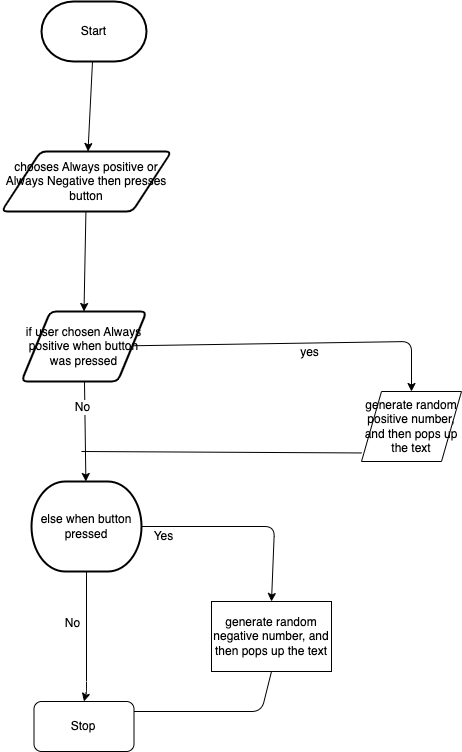
Allen-Li-hub/ICS2O-Unit-5-02-HTML keeps this draw.io diagram as design/flow-chart.png. Above is the earlier version. Source tidied: cells renumbered, new cells last; positions are measured from the earlier drawing's top-left corner, leaving out a move shared by most shapes.
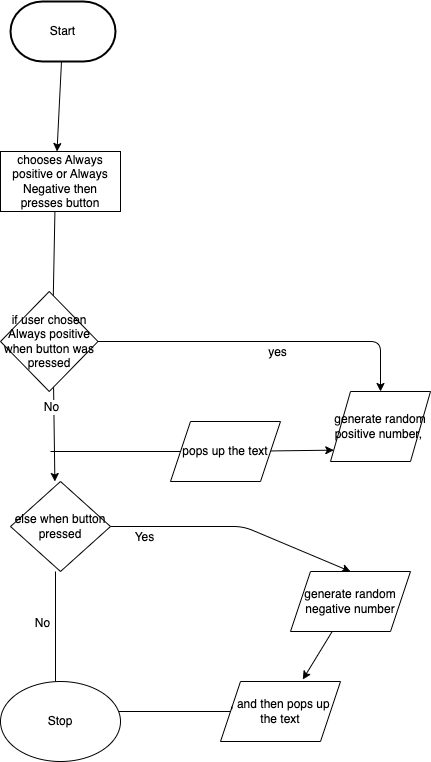
After the commit.

Change to the diagram source:
```diff
@@ -2,25 +2,30 @@
   <root>
     <mxCell id="0" />
     <mxCell id="1" parent="0" />
-    <mxCell id="2" style="edgeStyle=none;html=1;" parent="1" edge="1" source="3" target="5">
-      <mxGeometry relative="1" as="geometry" />
+    <mxCell id="2" style="edgeStyle=none;html=1;" parent="1" edge="1" source="3">
+      <mxGeometry relative="1" as="geometry">
+        <mxPoint x="86.5" y="150" as="targetPoint" />
+      </mxGeometry>
     </mxCell>
     <mxCell id="3" value="Start" style="strokeWidth=2;html=1;shape=mxgraph.flowchart.terminator;whiteSpace=wrap;" parent="1" vertex="1">
       <mxGeometry x="40" width="105" height="60" as="geometry" />
     </mxCell>
-    <mxCell id="4" style="edgeStyle=none;html=1;entryX=0.5;entryY=0;entryDx=0;entryDy=0;" parent="1" edge="1" source="5" target="10">
-      <mxGeometry relative="1" as="geometry" />
+    <mxCell id="4" style="edgeStyle=none;html=1;entryX=0.5;entryY=0;entryDx=0;entryDy=0;" parent="1" edge="1">
+      <mxGeometry relative="1" as="geometry">
+        <mxPoint x="84.4" y="210" as="sourcePoint" />
+        <mxPoint x="82.5" y="310" as="targetPoint" />
+      </mxGeometry>
     </mxCell>
-    <mxCell id="5" value="chooses Always positive or Always Negative then presses button" style="shape=parallelogram;html=1;strokeWidth=2;perimeter=parallelogramPerimeter;whiteSpace=wrap;rounded=1;arcSize=12;size=0.23;" parent="1" vertex="1">
-      <mxGeometry y="150" width="170" height="60" as="geometry" />
-    </mxCell>
-    <mxCell id="6" style="edgeStyle=none;html=1;" parent="1" edge="1" source="10" target="15">
-      <mxGeometry relative="1" as="geometry" />
+    <mxCell id="6" style="edgeStyle=none;html=1;" parent="1" edge="1">
+      <mxGeometry relative="1" as="geometry">
+        <mxPoint x="83" y="380" as="sourcePoint" />
+        <mxPoint x="84.4" y="480" as="targetPoint" />
+      </mxGeometry>
     </mxCell>
     <mxCell id="7" value="No" style="edgeLabel;html=1;align=center;verticalAlign=middle;" parent="6" vertex="1">
       <mxGeometry x="-0.49" y="-3" relative="1" as="geometry" />
     </mxCell>
-    <mxCell id="8" style="edgeStyle=none;html=1;entryX=0.5;entryY=0;entryDx=0;entryDy=0;" parent="1" edge="1" source="10" target="16">
+    <mxCell id="8" style="edgeStyle=none;html=1;entryX=0.5;entryY=0;entryDx=0;entryDy=0;exitX=1;exitY=0.5;exitDx=0;exitDy=0;" parent="1" edge="1" source="10" target="16">
       <mxGeometry relative="1" as="geometry">
         <Array as="points">
           <mxPoint x="410" y="340" />
@@ -32,11 +37,10 @@
         <mxPoint x="-63" y="10" as="offset" />
       </mxGeometry>
     </mxCell>
-    <mxCell id="10" value="if user chosen Always positive when button was pressed" style="shape=parallelogram;html=1;strokeWidth=2;perimeter=parallelogramPerimeter;whiteSpace=wrap;rounded=1;arcSize=12;size=0.23;" parent="1" vertex="1">
-      <mxGeometry x="20" y="310" width="125" height="70" as="geometry" />
-    </mxCell>
-    <mxCell id="11" style="edgeStyle=none;html=1;exitX=1;exitY=0.5;exitDx=0;exitDy=0;exitPerimeter=0;entryX=0.5;entryY=0;entryDx=0;entryDy=0;" parent="1" edge="1" source="15" target="19">
+    <mxCell id="11" style="edgeStyle=none;html=1;exitX=1;exitY=0.5;exitDx=0;exitDy=0;exitPerimeter=0;entryX=0.5;entryY=0;entryDx=0;entryDy=0;" parent="1" edge="1">
       <mxGeometry relative="1" as="geometry">
+        <mxPoint x="140" y="525" as="sourcePoint" />
+        <mxPoint x="380" y="570" as="targetPoint" />
         <Array as="points">
           <mxPoint x="273" y="525" />
         </Array>
@@ -47,8 +51,10 @@
         <mxPoint x="-37" y="9" as="offset" />
       </mxGeometry>
     </mxCell>
-    <mxCell id="13" style="edgeStyle=none;html=1;exitX=0.5;exitY=1;exitDx=0;exitDy=0;exitPerimeter=0;entryX=0.5;entryY=0;entryDx=0;entryDy=0;" parent="1" edge="1" source="15" target="20">
+    <mxCell id="13" style="edgeStyle=none;html=1;exitX=0.5;exitY=1;exitDx=0;exitDy=0;exitPerimeter=0;entryX=0.5;entryY=0;entryDx=0;entryDy=0;" parent="1" edge="1">
       <mxGeometry relative="1" as="geometry">
+        <mxPoint x="85" y="570" as="sourcePoint" />
+        <mxPoint x="82.5" y="700" as="targetPoint" />
         <Array as="points">
           <mxPoint x="85" y="690" />
         </Array>
@@ -59,30 +65,50 @@
         <mxPoint x="-14" y="14" as="offset" />
       </mxGeometry>
     </mxCell>
-    <mxCell id="15" value="else when button pressed" style="strokeWidth=2;html=1;shape=mxgraph.flowchart.terminator;whiteSpace=wrap;" parent="1" vertex="1">
-      <mxGeometry x="30" y="480" width="110" height="90" as="geometry" />
-    </mxCell>
-    <mxCell id="16" value="generate random positive number, and then pops up the text" style="shape=parallelogram;perimeter=parallelogramPerimeter;whiteSpace=wrap;html=1;fixedSize=1;" parent="1" vertex="1">
+    <mxCell id="16" value="generate random positive number,&amp;nbsp;" style="shape=parallelogram;perimeter=parallelogramPerimeter;whiteSpace=wrap;html=1;fixedSize=1;" parent="1" vertex="1">
       <mxGeometry x="360" y="390" width="100" height="70" as="geometry" />
     </mxCell>
-    <mxCell id="17" style="endArrow=none;html=1;entryX=0.002;entryY=0.878;entryDx=0;entryDy=0;entryPerimeter=0;" parent="1" edge="1" target="16">
+    <mxCell id="17" style="endArrow=none;html=1;" parent="1" edge="1">
       <mxGeometry relative="1" as="geometry">
         <mxPoint x="80" y="450" as="sourcePoint" />
+        <mxPoint x="210" y="450" as="targetPoint" />
       </mxGeometry>
     </mxCell>
-    <mxCell id="18" style="edgeStyle=none;html=1;exitX=0.5;exitY=1;exitDx=0;exitDy=0;" parent="1" edge="1" source="19">
+    <mxCell id="18" style="edgeStyle=none;html=1;" parent="1" edge="1">
       <mxGeometry relative="1" as="geometry">
+        <mxPoint x="260" y="710" as="sourcePoint" />
         <mxPoint x="105" y="710" as="targetPoint" />
         <Array as="points">
           <mxPoint x="260" y="710" />
         </Array>
       </mxGeometry>
     </mxCell>
-    <mxCell id="19" value="generate random negative number, and then pops up the text" style="rounded=0;whiteSpace=wrap;html=1;" parent="1" vertex="1">
-      <mxGeometry x="210" y="600" width="120" height="70" as="geometry" />
-    </mxCell>
+    <mxCell id="5" value="&lt;span&gt;chooses Always positive or Always Negative then presses button&lt;/span&gt;" style="rounded=0;whiteSpace=wrap;html=1;" parent="1" vertex="1">
+      <mxGeometry x="30" y="150" width="120" height="60" as="geometry" />
+    </mxCell>
+    <mxCell id="10" value="&lt;span&gt;&lt;font style=&quot;line-height: 1.2 ; font-size: 1px&quot;&gt;if user chosen Always positive when button was pressed&lt;/font&gt;&lt;/span&gt;" style="rhombus;whiteSpace=wrap;html=1;" parent="1" vertex="1">
+      <mxGeometry x="30" y="290" width="97.5" height="100" as="geometry" />
+    </mxCell>
+    <mxCell id="15" value="&lt;span style=&quot;font-size: 12px&quot;&gt;else when button pressed&lt;/span&gt;" style="rhombus;whiteSpace=wrap;html=1;fontSize=1;" parent="1" vertex="1">
+      <mxGeometry x="40" y="480" width="100" height="90" as="geometry" />
+    </mxCell>
+    <mxCell id="21" style="edgeStyle=none;html=1;entryX=0.033;entryY=0.838;entryDx=0;entryDy=0;entryPerimeter=0;fontSize=1;" parent="1" edge="1" source="22" target="16">
+      <mxGeometry relative="1" as="geometry" />
+    </mxCell>
+    <mxCell id="22" value="&lt;span style=&quot;font-size: 12px&quot;&gt;pops up the text&lt;/span&gt;" style="shape=parallelogram;perimeter=parallelogramPerimeter;whiteSpace=wrap;html=1;fixedSize=1;fontSize=1;" parent="1" vertex="1">
+      <mxGeometry x="200" y="420" width="110" height="60" as="geometry" />
+    </mxCell>
+    <mxCell id="23" style="edgeStyle=none;html=1;entryX=0.686;entryY=-0.033;entryDx=0;entryDy=0;entryPerimeter=0;fontSize=1;" parent="1" edge="1" source="24" target="25">
+      <mxGeometry relative="1" as="geometry" />
+    </mxCell>
+    <mxCell id="24" value="&lt;span style=&quot;font-size: 12px&quot;&gt;generate random negative number&lt;/span&gt;" style="shape=parallelogram;perimeter=parallelogramPerimeter;whiteSpace=wrap;html=1;fixedSize=1;fontSize=1;" parent="1" vertex="1">
+      <mxGeometry x="320" y="570" width="120" height="60" as="geometry" />
+    </mxCell>
+    <mxCell id="25" value="&lt;span style=&quot;font-size: 12px&quot;&gt;, and then pops up the text&lt;/span&gt;" style="shape=parallelogram;perimeter=parallelogramPerimeter;whiteSpace=wrap;html=1;fixedSize=1;fontSize=1;" parent="1" vertex="1">
+      <mxGeometry x="250" y="680" width="120" height="60" as="geometry" />
+    </mxCell>
-    <mxCell id="20" value="Stop" style="rounded=1;whiteSpace=wrap;html=1;" parent="1" vertex="1">
-      <mxGeometry x="32.5" y="700" width="100" height="50" as="geometry" />
+    <mxCell id="20" value="&lt;span style=&quot;font-size: 12px&quot;&gt;Stop&lt;/span&gt;" style="ellipse;whiteSpace=wrap;html=1;fontSize=1;" parent="1" vertex="1">
+      <mxGeometry x="30" y="680" width="120" height="80" as="geometry" />
     </mxCell>
   </root>
 </mxGraphModel>
```
